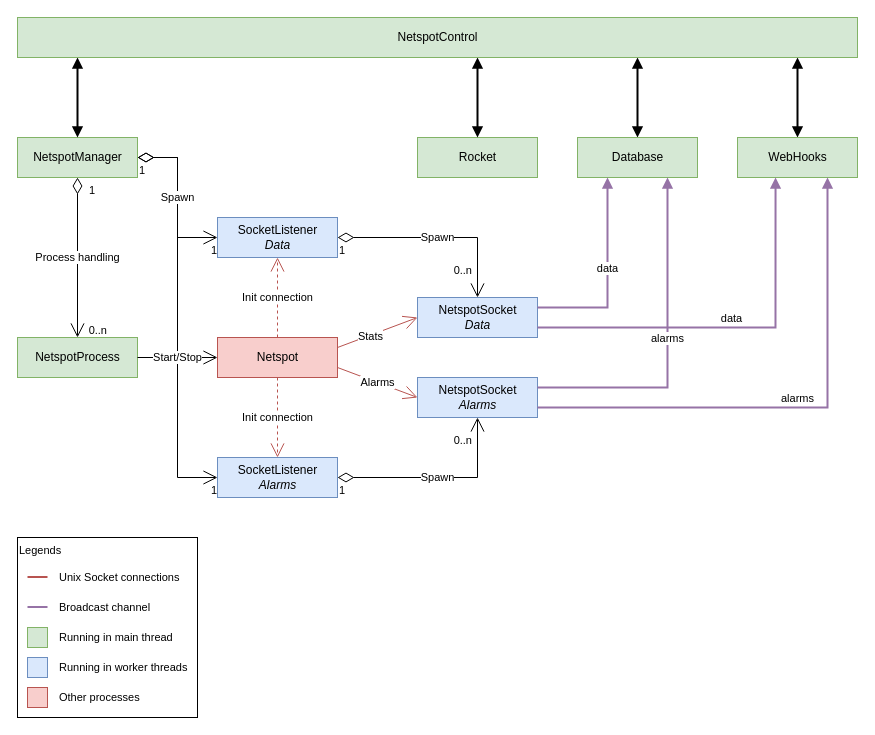
Before: page "Objects and Interactions" (2 of 3) of docs/NetSpotControl.drawio in sifis-home/wp4-edge_ids, a draw.io diagram. Source tidied: cells renumbered, new cells numbered last; positions are measured from the earlier drawing's top-left corner, leaving out a move shared by most shapes. Both pictures are drawn from the tidied source at 100%, with x=0, y=0 at pixel (17, 17).
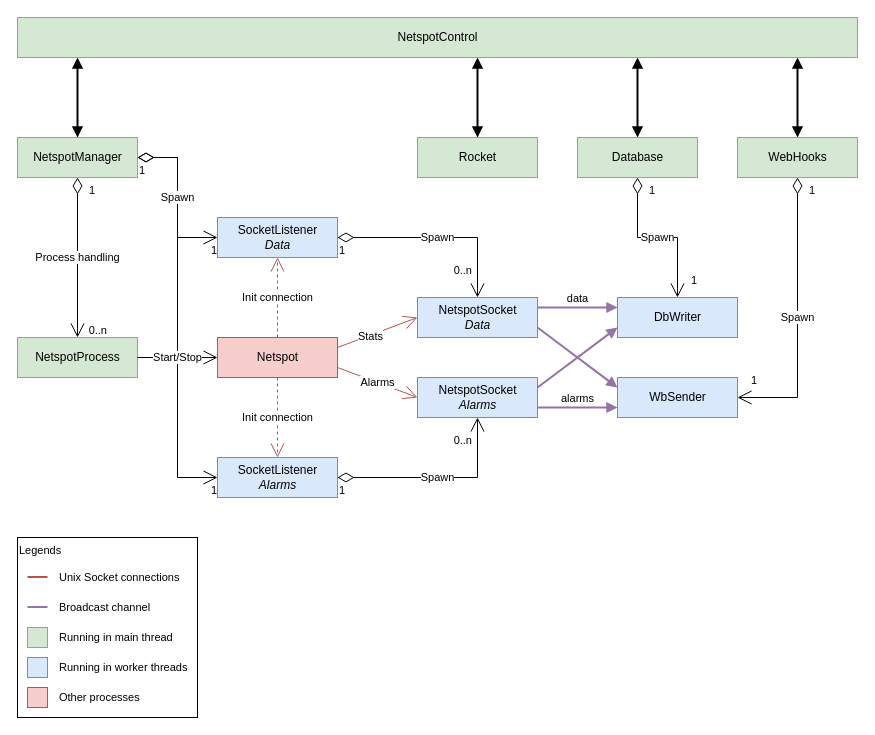
After the change.

The change refers to these unchanged cells:
```xml
<mxCell id="7" value="NetspotSocket&lt;br&gt;&lt;i&gt;Alarms&lt;/i&gt;" style="html=1;fillColor=#dae8fc;strokeColor=#6c8ebf;" parent="1" vertex="1">
  <mxGeometry x="400" y="360" width="120" height="40" as="geometry" />
</mxCell>
<mxCell id="8" value="NetspotSocket&lt;br&gt;&lt;i&gt;Data&lt;/i&gt;" style="html=1;fillColor=#dae8fc;strokeColor=#6c8ebf;" parent="1" vertex="1">
  <mxGeometry x="400" y="280" width="120" height="40" as="geometry" />
</mxCell>
<mxCell id="43" value="Database" style="html=1;fillColor=#d5e8d4;strokeColor=#82b366;" parent="1" vertex="1">
  <mxGeometry x="560" y="120" width="120" height="40" as="geometry" />
</mxCell>
<mxCell id="44" value="WebHooks" style="html=1;fillColor=#d5e8d4;strokeColor=#82b366;" parent="1" vertex="1">
  <mxGeometry x="720" y="120" width="120" height="40" as="geometry" />
</mxCell>
```

What changed in the source:
```diff
@@
-    <mxCell id="49" value="data" style="html=1;verticalAlign=bottom;endArrow=block;rounded=0;exitX=1;exitY=0.75;exitDx=0;exitDy=0;edgeStyle=orthogonalEdgeStyle;fillColor=#e1d5e7;strokeColor=#9673a6;entryX=0.317;entryY=1;entryDx=0;entryDy=0;entryPerimeter=0;strokeWidth=2;" parent="1" edge="1" source="8" target="44">
+    <mxCell id="49" style="html=1;verticalAlign=bottom;endArrow=block;rounded=0;fillColor=#e1d5e7;strokeColor=#9673a6;strokeWidth=2;exitX=1;exitY=0.75;exitDx=0;exitDy=0;entryX=0;entryY=0.25;entryDx=0;entryDy=0;" parent="1" edge="1" source="8" target="60">
       <mxGeometry relative="1" as="geometry" />
     </mxCell>
-    <mxCell id="50" value="data" style="html=1;verticalAlign=bottom;endArrow=block;rounded=0;exitX=1;exitY=0.25;exitDx=0;exitDy=0;edgeStyle=orthogonalEdgeStyle;fillColor=#e1d5e7;strokeColor=#9673a6;entryX=0.25;entryY=1;entryDx=0;entryDy=0;strokeWidth=2;" parent="1" edge="1" source="8" target="43">
+    <mxCell id="50" value="data" style="html=1;verticalAlign=bottom;endArrow=block;rounded=0;edgeStyle=orthogonalEdgeStyle;fillColor=#e1d5e7;strokeColor=#9673a6;strokeWidth=2;startArrow=none;exitX=1;exitY=0.25;exitDx=0;exitDy=0;entryX=0;entryY=0.25;entryDx=0;entryDy=0;" parent="1" edge="1" source="8" target="56">
       <mxGeometry relative="1" as="geometry" />
     </mxCell>
-    <mxCell id="51" value="alarms" style="html=1;verticalAlign=bottom;endArrow=block;rounded=0;exitX=1;exitY=0.25;exitDx=0;exitDy=0;edgeStyle=orthogonalEdgeStyle;fillColor=#e1d5e7;strokeColor=#9673a6;entryX=0.75;entryY=1;entryDx=0;entryDy=0;strokeWidth=2;" parent="1" edge="1" source="7" target="43">
+    <mxCell id="51" style="html=1;verticalAlign=bottom;endArrow=block;rounded=0;exitX=1;exitY=0.25;exitDx=0;exitDy=0;fillColor=#e1d5e7;strokeColor=#9673a6;strokeWidth=2;entryX=0;entryY=0.75;entryDx=0;entryDy=0;" parent="1" edge="1" source="7" target="56">
       <mxGeometry relative="1" as="geometry" />
     </mxCell>
-    <mxCell id="52" value="alarms" style="html=1;verticalAlign=bottom;endArrow=block;rounded=0;exitX=1;exitY=0.75;exitDx=0;exitDy=0;edgeStyle=orthogonalEdgeStyle;fillColor=#e1d5e7;strokeColor=#9673a6;entryX=0.75;entryY=1;entryDx=0;entryDy=0;strokeWidth=2;" parent="1" edge="1" source="7" target="44">
+    <mxCell id="52" value="alarms" style="html=1;verticalAlign=bottom;endArrow=block;rounded=0;exitX=1;exitY=0.75;exitDx=0;exitDy=0;edgeStyle=orthogonalEdgeStyle;fillColor=#e1d5e7;strokeColor=#9673a6;strokeWidth=2;startArrow=none;entryX=0;entryY=0.75;entryDx=0;entryDy=0;" parent="1" edge="1" source="7" target="60">
       <mxGeometry relative="1" as="geometry" />
     </mxCell>
+    <mxCell id="53" value="Spawn" style="endArrow=open;html=1;endSize=12;startArrow=diamondThin;startSize=14;startFill=0;edgeStyle=orthogonalEdgeStyle;rounded=0;strokeWidth=1;fontFamily=Helvetica;fontSize=11;fontColor=default;" parent="1" edge="1" source="43" target="56">
+      <mxGeometry relative="1" as="geometry" />
+    </mxCell>
+    <mxCell id="54" value="1" style="edgeLabel;html=1;align=left;verticalAlign=top;labelBackgroundColor=default;fontFamily=Helvetica;fontSize=11;fontColor=default;fillColor=none;gradientColor=none;" parent="53" vertex="1">
+      <mxGeometry x="-1" relative="1" as="geometry">
+        <mxPoint x="10" as="offset" />
+      </mxGeometry>
+    </mxCell>
+    <mxCell id="55" value="1" style="edgeLabel;html=1;align=right;verticalAlign=top;labelBackgroundColor=default;fontFamily=Helvetica;fontSize=11;fontColor=default;fillColor=none;gradientColor=none;" parent="53" vertex="1">
+      <mxGeometry x="1" relative="1" as="geometry">
+        <mxPoint x="20" y="-30" as="offset" />
+      </mxGeometry>
+    </mxCell>
+    <mxCell id="56" value="DbWriter" style="html=1;fillColor=#dae8fc;strokeColor=#6c8ebf;" parent="1" vertex="1">
+      <mxGeometry x="600" y="280" width="120" height="40" as="geometry" />
+    </mxCell>
+    <mxCell id="57" value="Spawn" style="endArrow=open;html=1;endSize=12;startArrow=diamondThin;startSize=14;startFill=0;edgeStyle=orthogonalEdgeStyle;rounded=0;strokeWidth=1;fontFamily=Helvetica;fontSize=11;fontColor=default;entryX=1;entryY=0.5;entryDx=0;entryDy=0;" parent="1" edge="1" source="44" target="60">
+      <mxGeometry relative="1" as="geometry" />
+    </mxCell>
+    <mxCell id="58" value="1" style="edgeLabel;html=1;align=left;verticalAlign=top;labelBackgroundColor=default;fontFamily=Helvetica;fontSize=11;fontColor=default;fillColor=none;gradientColor=none;" parent="57" vertex="1">
+      <mxGeometry x="-1" relative="1" as="geometry">
+        <mxPoint x="10" as="offset" />
+      </mxGeometry>
+    </mxCell>
+    <mxCell id="59" value="1" style="edgeLabel;html=1;align=right;verticalAlign=top;labelBackgroundColor=default;fontFamily=Helvetica;fontSize=11;fontColor=default;fillColor=none;gradientColor=none;" parent="57" vertex="1">
+      <mxGeometry x="1" relative="1" as="geometry">
+        <mxPoint x="20" y="-30" as="offset" />
+      </mxGeometry>
+    </mxCell>
+    <mxCell id="60" value="WbSender" style="html=1;fillColor=#dae8fc;strokeColor=#6c8ebf;" parent="1" vertex="1">
+      <mxGeometry x="600" y="360" width="120" height="40" as="geometry" />
+    </mxCell>
```
